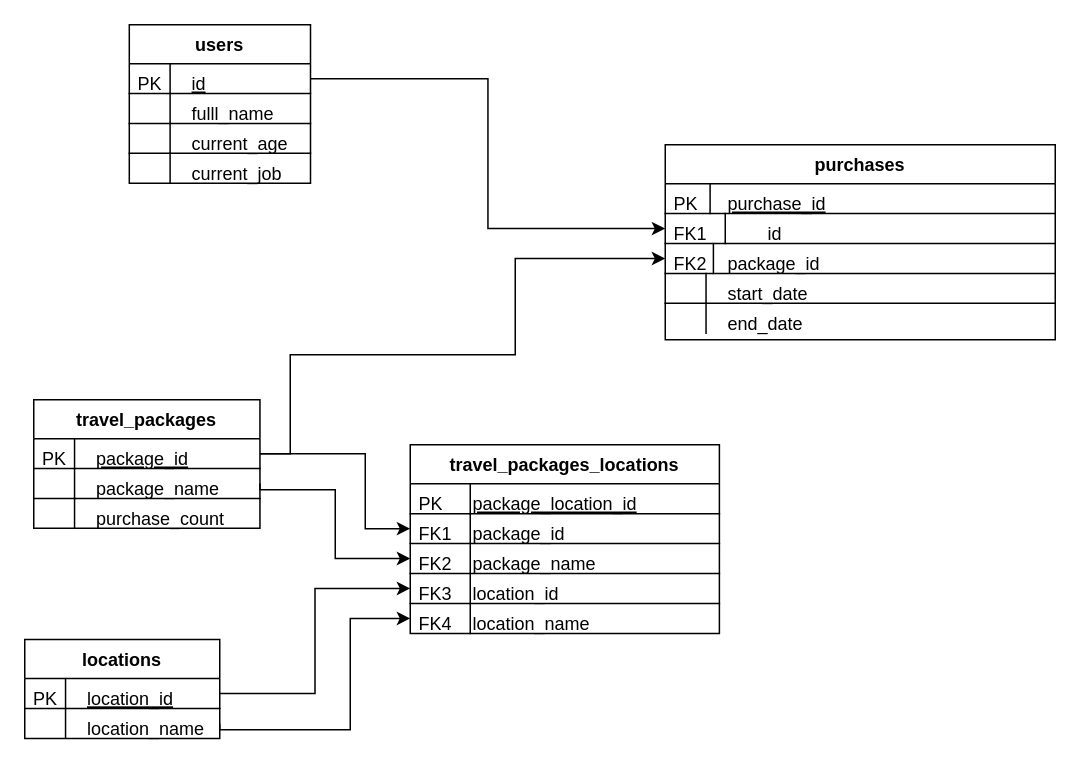
tryber/sd-02-block23-project-queries-unite keeps this draw.io diagram as diagrams/Diagrama Entidade-Relacionamento detalhado.drawio. Above is the earlier version. Source tidied: cells renumbered, new cells numbered last; positions are measured from the earlier drawing's top-left corner, leaving out a move shared by most shapes. Both pictures are drawn from the tidied source at 150%, with x=0, y=0 at pixel (24, 24).
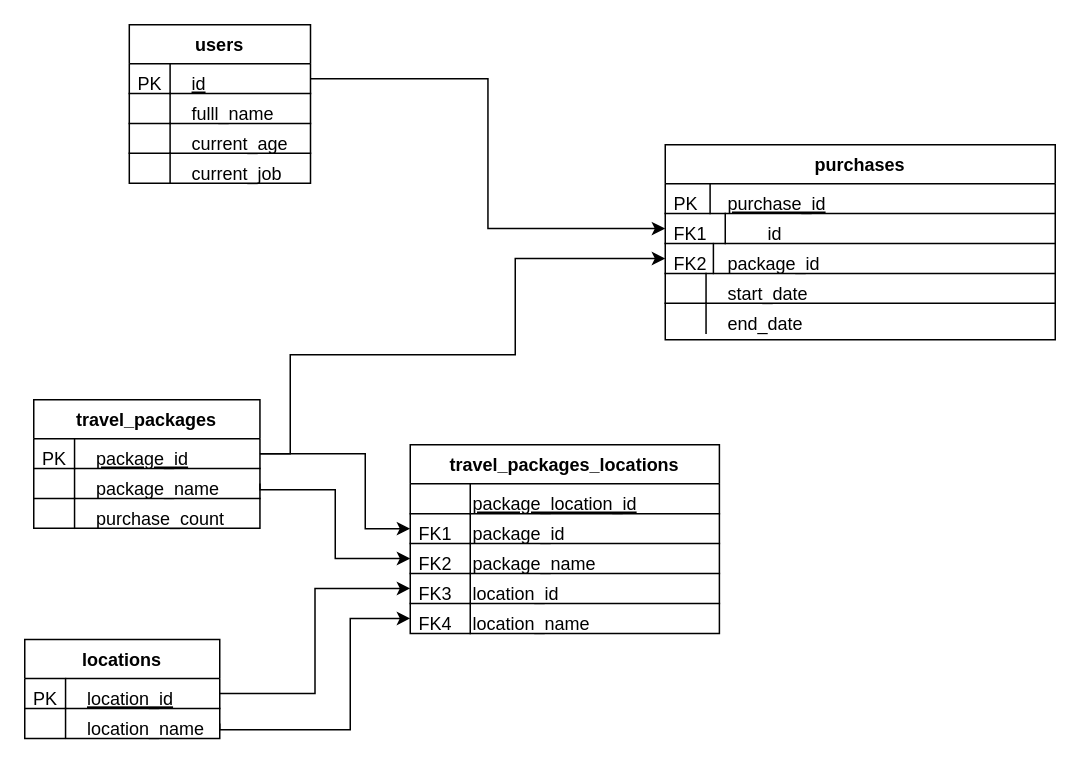
The same diagram, later.

Commit message:
Removed PK from agregated table --small blunder :)

The change refers to these unchanged cells:
```xml
<mxCell id="13" value="package_location_id" style="shape=partialRectangle;top=0;left=0;right=0;bottom=1;align=left;verticalAlign=top;fillColor=none;spacingLeft=40;spacingRight=4;overflow=hidden;rounded=0;shadow=0;strokeWidth=1;fontStyle=4;" parent="12" vertex="1">
  <mxGeometry y="26" width="206.1" height="20" as="geometry" />
</mxCell>
```

What changed in the source:
```diff
@@
-    <mxCell id="14" value="PK" style="shape=partialRectangle;top=0;left=0;bottom=0;fillColor=none;align=left;verticalAlign=top;spacingLeft=4;spacingRight=4;overflow=hidden;" parent="13" vertex="1">
+    <mxCell id="14" style="shape=partialRectangle;top=0;left=0;bottom=0;fillColor=none;align=left;verticalAlign=top;spacingLeft=4;spacingRight=4;overflow=hidden;" parent="13" vertex="1">
       <mxGeometry width="40" height="20" as="geometry" />
     </mxCell>
```
